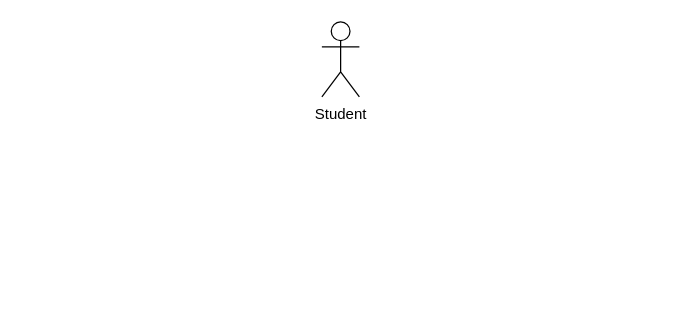
Earlier version of the draw.io diagram project/drawio/zw-weng/neozhengweng.drawio (drshahizan/software-engineering). Source tidied: cells renumbered, new cells numbered last; positions are measured from the earlier drawing's top-left corner, leaving out a move shared by most shapes. Both pictures are drawn from the tidied source at 125%, with x=0, y=0 at pixel (321, 21).
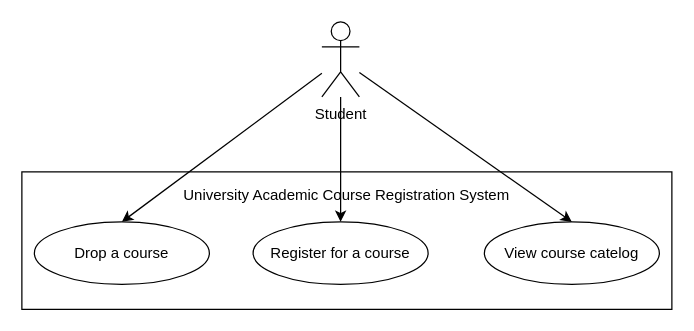
The same page after the edit.

Diff of the diagram source:
```diff
@@
 <mxGraphModel>
   <root>
     <mxCell id="0" />
     <mxCell id="1" parent="0" />
+    <mxCell id="3" value="University Academic Course Registration System&lt;br&gt;&amp;nbsp;&lt;br&gt;&lt;br&gt;&lt;br&gt;&lt;br&gt;&lt;br&gt;" style="rounded=0;whiteSpace=wrap;html=1;" parent="1" vertex="1">
+      <mxGeometry x="-240" y="120" width="520" height="110" as="geometry" />
+    </mxCell>
+    <mxCell id="4" style="edgeStyle=none;html=1;entryX=0.5;entryY=0;entryDx=0;entryDy=0;" parent="1" edge="1" source="2" target="7">
+      <mxGeometry relative="1" as="geometry" />
+    </mxCell>
+    <mxCell id="5" style="edgeStyle=none;html=1;entryX=0.5;entryY=0;entryDx=0;entryDy=0;" parent="1" edge="1" source="2" target="8">
+      <mxGeometry relative="1" as="geometry" />
+    </mxCell>
+    <mxCell id="6" style="edgeStyle=none;html=1;entryX=0.5;entryY=0;entryDx=0;entryDy=0;" parent="1" edge="1" source="2" target="9">
+      <mxGeometry relative="1" as="geometry" />
+    </mxCell>
     <mxCell id="2" value="Student" style="shape=umlActor;verticalLabelPosition=bottom;verticalAlign=top;html=1;outlineConnect=0;" parent="1" vertex="1">
       <mxGeometry width="30" height="60" as="geometry" />
     </mxCell>
+    <mxCell id="7" value="Drop a course" style="ellipse;whiteSpace=wrap;html=1;" parent="1" vertex="1">
+      <mxGeometry x="-230" y="160" width="140" height="50" as="geometry" />
+    </mxCell>
+    <mxCell id="8" value="Register for a course" style="ellipse;whiteSpace=wrap;html=1;" parent="1" vertex="1">
+      <mxGeometry x="-55" y="160" width="140" height="50" as="geometry" />
+    </mxCell>
+    <mxCell id="9" value="View course catelog" style="ellipse;whiteSpace=wrap;html=1;" parent="1" vertex="1">
+      <mxGeometry x="130" y="160" width="140" height="50" as="geometry" />
+    </mxCell>
   </root>
 </mxGraphModel>
```
